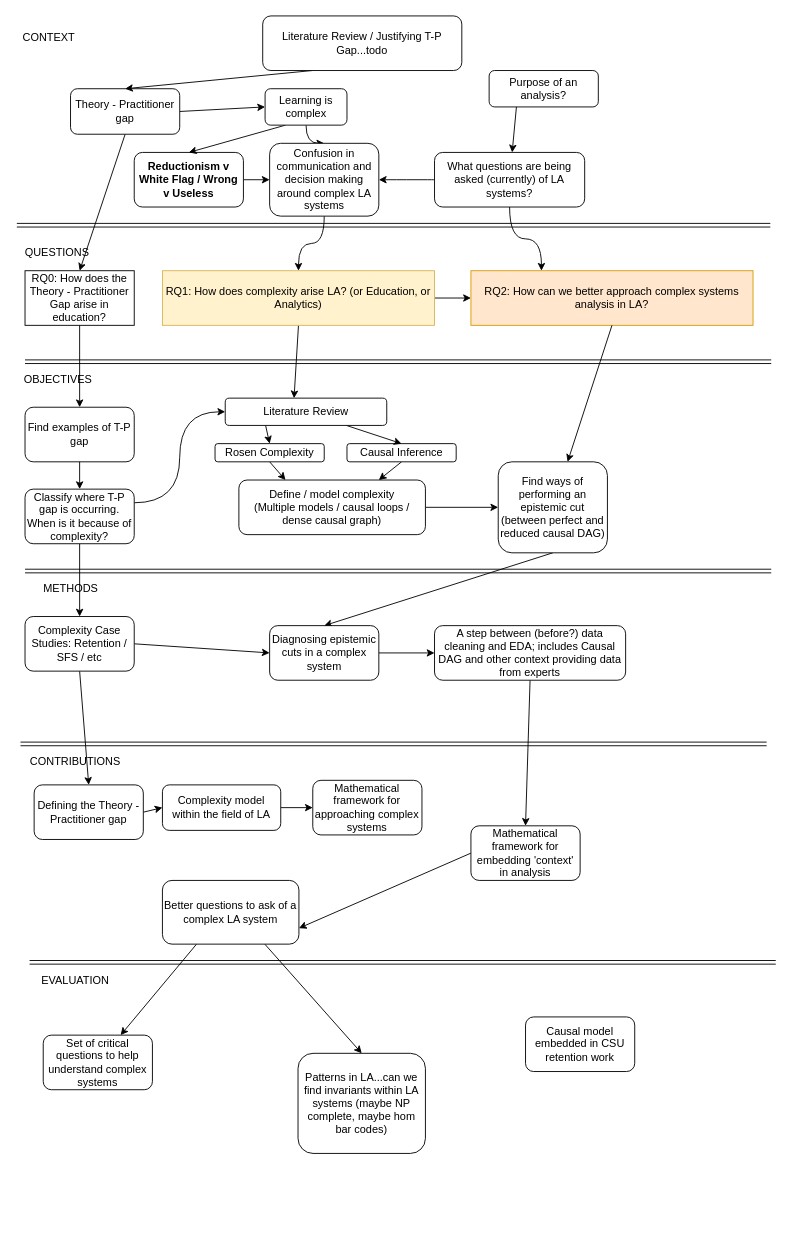
The draw.io diagram Thesis diagram 03.drawio in benwhicks/phd, before the edit. Source tidied: cells renumbered, new cells numbered last; positions are measured from the earlier drawing's top-left corner, leaving out a move shared by most shapes. Both pictures are drawn from the tidied source at 91%, with x=0, y=0 at pixel (15, 15).
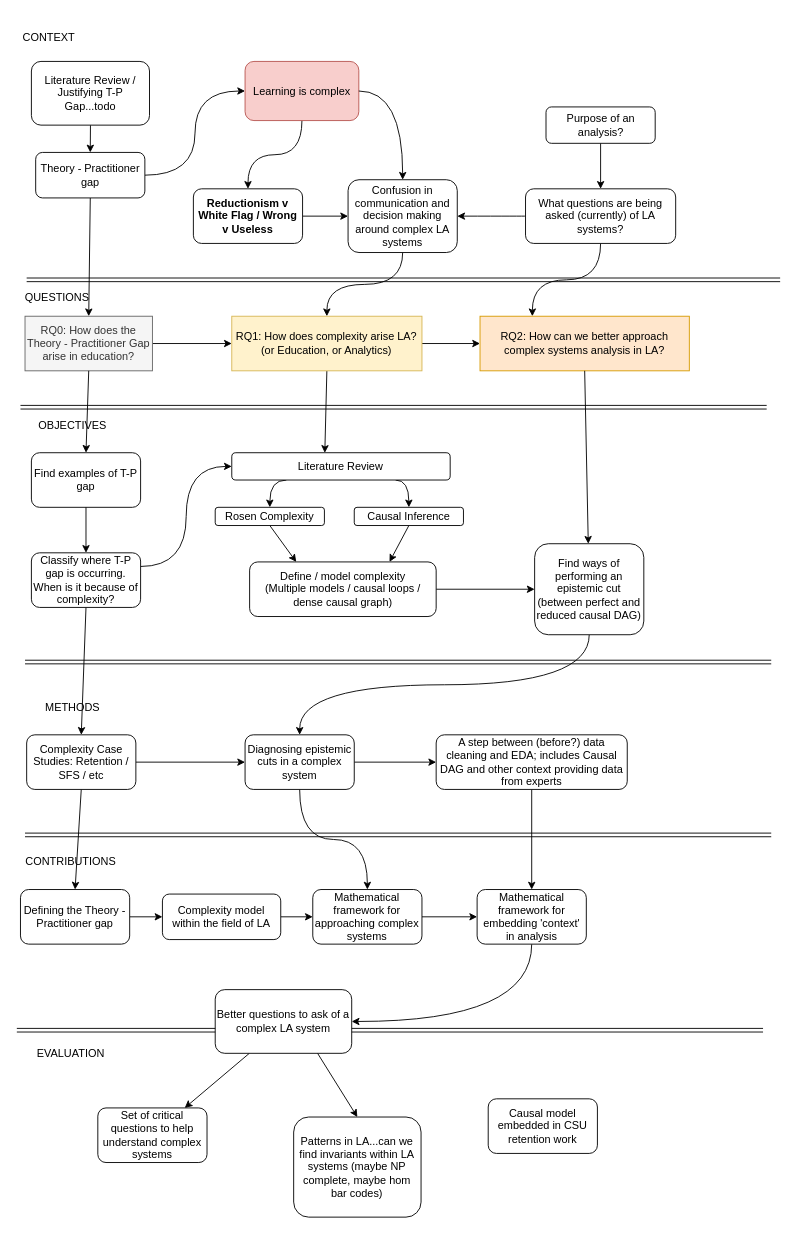
The same diagram, later.

What changed in the source:
```diff
@@
     <mxCell id="4" value="&lt;span&gt;RQ1: How does complexity arise LA? (or Education, or Analytics)&lt;/span&gt;" style="rounded=0;whiteSpace=wrap;html=1;fillColor=#fff2cc;strokeColor=#d6b656;" parent="1" vertex="1">
-      <mxGeometry x="161" y="280" width="299" height="60" as="geometry" />
+      <mxGeometry x="237.2" y="330" width="209" height="60" as="geometry" />
     </mxCell>
     <mxCell id="5" style="shape=link;html=1;" parent="1" edge="1">
       <mxGeometry relative="1" as="geometry">
-        <mxPoint x="10" y="380" as="sourcePoint" />
-        <mxPoint x="830" y="380" as="targetPoint" />
+        <mxPoint x="5" y="430" as="sourcePoint" />
+        <mxPoint x="825" y="430" as="targetPoint" />
       </mxGeometry>
     </mxCell>
     <mxCell id="6" style="shape=link;html=1;" parent="1" edge="1">
       <mxGeometry relative="1" as="geometry">
-        <mxPoint x="5" y="800" as="sourcePoint" />
-        <mxPoint x="825" y="800" as="targetPoint" />
+        <mxPoint x="10" y="900" as="sourcePoint" />
+        <mxPoint x="830" y="900" as="targetPoint" />
       </mxGeometry>
     </mxCell>
     <mxCell id="7" style="shape=link;html=1;" parent="1" edge="1">
       <mxGeometry relative="1" as="geometry">
-        <mxPoint x="1" y="230" as="sourcePoint" />
-        <mxPoint x="829" y="230" as="targetPoint" />
+        <mxPoint x="11.8" y="290" as="sourcePoint" />
+        <mxPoint x="839.8" y="290" as="targetPoint" />
       </mxGeometry>
     </mxCell>
@@
     <mxCell id="9" value="QUESTIONS" style="text;html=1;align=center;verticalAlign=middle;" parent="1" vertex="1">
-      <mxGeometry y="250" width="90" height="20" as="geometry" />
+      <mxGeometry y="300" width="90" height="20" as="geometry" />
     </mxCell>
     <mxCell id="10" value="CONTRIBUTIONS" style="text;html=1;align=center;verticalAlign=middle;" parent="1" vertex="1">
-      <mxGeometry x="10" y="810" width="110" height="20" as="geometry" />
+      <mxGeometry x="5" y="920" width="110" height="20" as="geometry" />
     </mxCell>
     <mxCell id="11" value="EVALUATION" style="text;html=1;align=center;verticalAlign=middle;" parent="1" vertex="1">
-      <mxGeometry x="20" y="1050" width="90" height="20" as="geometry" />
+      <mxGeometry x="15" y="1130" width="90" height="20" as="geometry" />
     </mxCell>
     <mxCell id="12" style="shape=link;html=1;" parent="1" edge="1">
       <mxGeometry relative="1" as="geometry">
-        <mxPoint x="15" y="1040" as="sourcePoint" />
-        <mxPoint x="835" y="1040" as="targetPoint" />
+        <mxPoint x="1" y="1114.6" as="sourcePoint" />
+        <mxPoint x="821" y="1114.6" as="targetPoint" />
       </mxGeometry>
     </mxCell>
@@
     <mxCell id="14" value="Complexity model within the field of LA" style="rounded=1;whiteSpace=wrap;html=1;" parent="1" vertex="1">
-      <mxGeometry x="161" y="845" width="130" height="50" as="geometry" />
+      <mxGeometry x="161" y="965" width="130" height="50" as="geometry" />
     </mxCell>
@@
     <mxCell id="16" value="Rosen Complexity" style="rounded=1;whiteSpace=wrap;html=1;" parent="1" vertex="1">
-      <mxGeometry x="218.8" y="470" width="120" height="20" as="geometry" />
+      <mxGeometry x="219" y="540" width="120" height="20" as="geometry" />
     </mxCell>
@@
     <mxCell id="18" value="Causal Inference" style="rounded=1;whiteSpace=wrap;html=1;" parent="1" vertex="1">
-      <mxGeometry x="363.8" y="470" width="120" height="20" as="geometry" />
+      <mxGeometry x="371.8" y="540" width="120" height="20" as="geometry" />
     </mxCell>
-    <mxCell id="19" style="rounded=0;jettySize=auto;html=1;exitX=1;exitY=0.5;exitDx=0;exitDy=0;entryX=0;entryY=0.5;entryDx=0;entryDy=0;" parent="1" edge="1" source="21" target="36">
+    <mxCell id="19" style="rounded=0;jettySize=auto;html=1;exitX=1;exitY=0.5;exitDx=0;exitDy=0;entryX=0;entryY=0.5;entryDx=0;entryDy=0;edgeStyle=orthogonalEdgeStyle;curved=1;" parent="1" edge="1" source="21" target="36">
       <mxGeometry relative="1" as="geometry" />
     </mxCell>
@@
     <mxCell id="21" value="Theory - Practitioner gap" style="rounded=1;whiteSpace=wrap;html=1;" parent="1" vertex="1">
-      <mxGeometry x="60" y="80" width="120" height="50" as="geometry" />
+      <mxGeometry x="21.7" y="150" width="120" height="50" as="geometry" />
     </mxCell>
@@
     <mxCell id="23" value="Reductionism v White Flag / Wrong v Useless" style="rounded=1;whiteSpace=wrap;html=1;fontStyle=1;" parent="1" vertex="1">
-      <mxGeometry x="130" y="150" width="120" height="60" as="geometry" />
+      <mxGeometry x="195" y="190" width="120" height="60" as="geometry" />
     </mxCell>
@@
     <mxCell id="26" value="Better questions to ask of a complex LA system" style="rounded=1;whiteSpace=wrap;html=1;" parent="1" vertex="1">
-      <mxGeometry x="161" y="950" width="150" height="70" as="geometry" />
+      <mxGeometry x="219" y="1070" width="150" height="70" as="geometry" />
     </mxCell>
@@
     <mxCell id="29" value="What questions are being asked (currently) of LA systems?" style="rounded=1;whiteSpace=wrap;html=1;" parent="1" vertex="1">
-      <mxGeometry x="460" y="150" width="165" height="60" as="geometry" />
+      <mxGeometry x="560" y="190" width="165" height="60" as="geometry" />
     </mxCell>
     <mxCell id="30" value="RQ2: How can we better approach complex systems analysis in LA?" style="rounded=0;whiteSpace=wrap;html=1;fillColor=#ffe6cc;strokeColor=#d79b00;" parent="1" vertex="1">
-      <mxGeometry x="500" y="280" width="310" height="60" as="geometry" />
+      <mxGeometry x="510" y="330" width="230" height="60" as="geometry" />
     </mxCell>
     <mxCell id="31" value="Set of critical questions to help understand complex systems" style="rounded=1;whiteSpace=wrap;html=1;" parent="1" vertex="1">
-      <mxGeometry x="30" y="1120" width="120" height="60" as="geometry" />
+      <mxGeometry x="90" y="1200" width="120" height="60" as="geometry" />
     </mxCell>
     <mxCell id="32" value="Patterns in LA...can we find invariants within LA systems (maybe NP complete, maybe hom bar codes)" style="rounded=1;whiteSpace=wrap;html=1;" parent="1" vertex="1">
-      <mxGeometry x="310" y="1140" width="140" height="110" as="geometry" />
+      <mxGeometry x="305.2" y="1210" width="140" height="110" as="geometry" />
     </mxCell>
     <mxCell id="33" value="OBJECTIVES" style="text;html=1;align=center;verticalAlign=middle;" parent="1" vertex="1">
-      <mxGeometry x="1" y="390" width="90" height="20" as="geometry" />
+      <mxGeometry x="16.8" y="440" width="90" height="20" as="geometry" />
     </mxCell>
-    <mxCell id="34" style="edgeStyle=orthogonalEdgeStyle;rounded=0;jettySize=auto;html=1;exitX=0.5;exitY=1;exitDx=0;exitDy=0;curved=1;" parent="1" edge="1" source="36" target="38">
-      <mxGeometry relative="1" as="geometry" />
-    </mxCell>
-    <mxCell id="35" style="rounded=0;jettySize=auto;html=1;exitX=0.25;exitY=1;exitDx=0;exitDy=0;entryX=0.5;entryY=0;entryDx=0;entryDy=0;" parent="1" edge="1" source="36" target="23">
+    <mxCell id="35" style="rounded=0;jettySize=auto;html=1;exitX=0.5;exitY=1;exitDx=0;exitDy=0;entryX=0.5;entryY=0;entryDx=0;entryDy=0;edgeStyle=orthogonalEdgeStyle;curved=1;" parent="1" edge="1" source="36" target="23">
       <mxGeometry relative="1" as="geometry" />
     </mxCell>
-    <mxCell id="36" value="Learning is complex" style="rounded=1;whiteSpace=wrap;html=1;" parent="1" vertex="1">
-      <mxGeometry x="273.8" y="80" width="90" height="40" as="geometry" />
+    <mxCell id="36" value="Learning is complex" style="rounded=1;whiteSpace=wrap;html=1;fillColor=#f8cecc;strokeColor=#b85450;" parent="1" vertex="1">
+      <mxGeometry x="251.8" y="50" width="125" height="65" as="geometry" />
     </mxCell>
@@
     <mxCell id="38" value="Confusion in communication and decision making around complex LA systems" style="rounded=1;whiteSpace=wrap;html=1;" parent="1" vertex="1">
-      <mxGeometry x="278.8" y="140" width="120" height="80" as="geometry" />
+      <mxGeometry x="365" y="180" width="120" height="80" as="geometry" />
     </mxCell>
@@
     <mxCell id="40" value="A step between (before?) data cleaning and EDA; includes Causal DAG and other context providing data from experts" style="rounded=1;whiteSpace=wrap;html=1;" parent="1" vertex="1">
-      <mxGeometry x="460" y="670" width="210" height="60" as="geometry" />
+      <mxGeometry x="461.8" y="790" width="210" height="60" as="geometry" />
     </mxCell>
-    <mxCell id="41" style="edgeStyle=none;rounded=0;jettySize=auto;html=1;exitX=0.5;exitY=1;exitDx=0;exitDy=0;entryX=0.5;entryY=0;entryDx=0;entryDy=0;" parent="1" edge="1" source="42" target="72">
+    <mxCell id="41" style="edgeStyle=orthogonalEdgeStyle;rounded=0;jettySize=auto;html=1;exitX=0.5;exitY=1;exitDx=0;exitDy=0;entryX=0.5;entryY=0;entryDx=0;entryDy=0;curved=1;" parent="1" edge="1" source="42" target="72">
       <mxGeometry relative="1" as="geometry" />
     </mxCell>
     <mxCell id="42" value="Find ways of performing an epistemic cut (between perfect and reduced causal DAG)" style="rounded=1;whiteSpace=wrap;html=1;" parent="1" vertex="1">
-      <mxGeometry x="530" y="490" width="120" height="100" as="geometry" />
+      <mxGeometry x="570" y="580" width="120" height="100" as="geometry" />
     </mxCell>
-    <mxCell id="43" style="rounded=0;jettySize=auto;html=1;exitX=0.25;exitY=1;exitDx=0;exitDy=0;entryX=0.5;entryY=0;entryDx=0;entryDy=0;" parent="1" edge="1" source="45" target="16">
+    <mxCell id="43" style="rounded=0;jettySize=auto;html=1;exitX=0.25;exitY=1;exitDx=0;exitDy=0;entryX=0.5;entryY=0;entryDx=0;entryDy=0;edgeStyle=orthogonalEdgeStyle;curved=1;" parent="1" edge="1" source="45" target="16">
       <mxGeometry relative="1" as="geometry" />
     </mxCell>
-    <mxCell id="44" style="rounded=0;jettySize=auto;html=1;exitX=0.75;exitY=1;exitDx=0;exitDy=0;entryX=0.5;entryY=0;entryDx=0;entryDy=0;" parent="1" edge="1" source="45" target="18">
+    <mxCell id="44" style="rounded=0;jettySize=auto;html=1;exitX=0.75;exitY=1;exitDx=0;exitDy=0;entryX=0.5;entryY=0;entryDx=0;entryDy=0;edgeStyle=orthogonalEdgeStyle;curved=1;" parent="1" edge="1" source="45" target="18">
       <mxGeometry relative="1" as="geometry" />
     </mxCell>
     <mxCell id="45" value="Literature Review" style="whiteSpace=wrap;html=1;rounded=1;glass=0;" parent="1" vertex="1">
-      <mxGeometry x="230" y="420" width="177.5" height="30" as="geometry" />
+      <mxGeometry x="237.2" y="480" width="240" height="30" as="geometry" />
     </mxCell>
@@
     <mxCell id="48" value="Complexity Case Studies: Retention / SFS / etc" style="whiteSpace=wrap;html=1;rounded=1;glass=0;" parent="1" vertex="1">
-      <mxGeometry x="10" y="660" width="120" height="60" as="geometry" />
+      <mxGeometry x="11.8" y="790" width="120" height="60" as="geometry" />
     </mxCell>
@@
     <mxCell id="50" value="Define / model complexity &lt;br&gt;(Multiple models / causal loops / dense causal graph)" style="rounded=1;whiteSpace=wrap;html=1;" parent="1" vertex="1">
-      <mxGeometry x="245" y="510" width="205" height="60" as="geometry" />
+      <mxGeometry x="256.8" y="600" width="205" height="60" as="geometry" />
     </mxCell>
@@
-    <mxCell id="52" style="edgeStyle=none;rounded=0;jettySize=auto;html=1;exitX=0;exitY=0.5;exitDx=0;exitDy=0;entryX=1;entryY=0.75;entryDx=0;entryDy=0;" parent="1" edge="1" source="53" target="26">
+    <mxCell id="52" style="edgeStyle=orthogonalEdgeStyle;rounded=0;jettySize=auto;html=1;exitX=0.5;exitY=1;exitDx=0;exitDy=0;entryX=1;entryY=0.5;entryDx=0;entryDy=0;curved=1;" parent="1" edge="1" source="53" target="26">
       <mxGeometry relative="1" as="geometry" />
     </mxCell>
     <mxCell id="53" value="Mathematical framework for embedding 'context' in analysis" style="whiteSpace=wrap;html=1;rounded=1;glass=0;" parent="1" vertex="1">
-      <mxGeometry x="500" y="890" width="120" height="60" as="geometry" />
+      <mxGeometry x="506.8" y="960" width="120" height="60" as="geometry" />
     </mxCell>
+    <mxCell id="73" style="edgeStyle=orthogonalEdgeStyle;rounded=0;jettySize=auto;html=1;exitX=1;exitY=0.5;exitDx=0;exitDy=0;entryX=0;entryY=0.5;entryDx=0;entryDy=0;" parent="1" edge="1" source="54" target="53">
+      <mxGeometry relative="1" as="geometry" />
+    </mxCell>
     <mxCell id="54" value="Mathematical framework for approaching complex systems" style="whiteSpace=wrap;html=1;rounded=1;glass=0;" parent="1" vertex="1">
-      <mxGeometry x="326.2" y="840" width="120" height="60" as="geometry" />
+      <mxGeometry x="326.2" y="960" width="120" height="60" as="geometry" />
     </mxCell>
     <mxCell id="55" value="Causal model embedded in CSU retention work" style="whiteSpace=wrap;html=1;rounded=1;glass=0;" parent="1" vertex="1">
-      <mxGeometry x="560" y="1100" width="120" height="60" as="geometry" />
+      <mxGeometry x="519" y="1190" width="120" height="60" as="geometry" />
     </mxCell>
+    <mxCell id="74" style="edgeStyle=orthogonalEdgeStyle;rounded=0;jettySize=auto;html=1;exitX=1;exitY=0.5;exitDx=0;exitDy=0;entryX=0;entryY=0.5;entryDx=0;entryDy=0;" parent="1" edge="1" source="56" target="4">
+      <mxGeometry relative="1" as="geometry" />
+    </mxCell>
-    <mxCell id="56" value="RQ0: How does the Theory - Practitioner Gap arise in education?" style="whiteSpace=wrap;html=1;" parent="1" vertex="1">
-      <mxGeometry x="10" y="280" width="120" height="60" as="geometry" />
+    <mxCell id="56" value="RQ0: How does the Theory - Practitioner Gap arise in education?" style="whiteSpace=wrap;html=1;fillColor=#f5f5f5;strokeColor=#666666;fontColor=#333333;" parent="1" vertex="1">
+      <mxGeometry x="10" y="330" width="140" height="60" as="geometry" />
     </mxCell>
@@
     <mxCell id="58" value="Defining the Theory - Practitioner gap" style="whiteSpace=wrap;html=1;rounded=1;" parent="1" vertex="1">
-      <mxGeometry x="20" y="845" width="120" height="60" as="geometry" />
+      <mxGeometry x="5" y="960" width="120" height="60" as="geometry" />
     </mxCell>
     <mxCell id="59" value="Find examples of T-P gap" style="whiteSpace=wrap;html=1;rounded=1;" parent="1" vertex="1">
-      <mxGeometry x="10" y="430" width="120" height="60" as="geometry" />
+      <mxGeometry x="17" y="480" width="120" height="60" as="geometry" />
     </mxCell>
@@
     <mxCell id="63" value="Classify where T-P gap is occurring. When is it because of complexity?" style="whiteSpace=wrap;html=1;rounded=1;" parent="1" vertex="1">
-      <mxGeometry x="10" y="520" width="120" height="60" as="geometry" />
+      <mxGeometry x="17" y="590" width="120" height="60" as="geometry" />
     </mxCell>
@@
-    <mxCell id="65" style="edgeStyle=none;rounded=0;jettySize=auto;html=1;exitX=0.25;exitY=1;exitDx=0;exitDy=0;entryX=0.5;entryY=0;entryDx=0;entryDy=0;" parent="1" edge="1" source="66" target="21">
+    <mxCell id="65" style="edgeStyle=none;rounded=0;jettySize=auto;html=1;exitX=0.5;exitY=1;exitDx=0;exitDy=0;entryX=0.5;entryY=0;entryDx=0;entryDy=0;" parent="1" edge="1" source="66" target="21">
       <mxGeometry relative="1" as="geometry" />
     </mxCell>
     <mxCell id="66" value="Literature Review / Justifying T-P Gap...todo" style="whiteSpace=wrap;html=1;rounded=1;" parent="1" vertex="1">
-      <mxGeometry x="271.2" width="218.8" height="60" as="geometry" />
+      <mxGeometry x="17" y="50" width="129.8" height="70" as="geometry" />
     </mxCell>
     <mxCell id="67" value="METHODS" style="text;html=1;align=center;verticalAlign=middle;" parent="1" vertex="1">
-      <mxGeometry x="20" y="620" width="80" height="20" as="geometry" />
+      <mxGeometry x="21.8" y="750" width="80" height="20" as="geometry" />
     </mxCell>
     <mxCell id="68" style="shape=link;html=1;" parent="1" edge="1">
       <mxGeometry relative="1" as="geometry">
-        <mxPoint x="10" y="610" as="sourcePoint" />
-        <mxPoint x="830" y="610" as="targetPoint" />
+        <mxPoint x="10" y="710" as="sourcePoint" />
+        <mxPoint x="830" y="710" as="targetPoint" />
       </mxGeometry>
     </mxCell>
-    <mxCell id="69" style="edgeStyle=none;rounded=0;jettySize=auto;html=1;exitX=0.25;exitY=1;exitDx=0;exitDy=0;" parent="1" edge="1" source="70" target="29">
+    <mxCell id="69" style="edgeStyle=none;rounded=0;jettySize=auto;html=1;exitX=0.5;exitY=1;exitDx=0;exitDy=0;" parent="1" edge="1" source="70" target="29">
       <mxGeometry relative="1" as="geometry" />
     </mxCell>
     <mxCell id="70" value="Purpose of an analysis?" style="whiteSpace=wrap;html=1;rounded=1;" parent="1" vertex="1">
-      <mxGeometry x="520" y="60" width="120" height="40" as="geometry" />
+      <mxGeometry x="582.5" y="100" width="120" height="40" as="geometry" />
     </mxCell>
@@
+    <mxCell id="75" style="edgeStyle=orthogonalEdgeStyle;rounded=0;jettySize=auto;html=1;exitX=0.5;exitY=1;exitDx=0;exitDy=0;entryX=0.5;entryY=0;entryDx=0;entryDy=0;curved=1;" parent="1" edge="1" source="72" target="54">
+      <mxGeometry relative="1" as="geometry" />
+    </mxCell>
     <mxCell id="72" value="Diagnosing epistemic cuts in a complex system" style="whiteSpace=wrap;html=1;rounded=1;" parent="1" vertex="1">
-      <mxGeometry x="278.8" y="670" width="120" height="60" as="geometry" />
+      <mxGeometry x="251.8" y="790" width="120" height="60" as="geometry" />
     </mxCell>
+    <mxCell id="34" style="rounded=0;jettySize=auto;html=1;exitX=1;exitY=0.5;exitDx=0;exitDy=0;entryX=0.5;entryY=0;entryDx=0;entryDy=0;edgeStyle=orthogonalEdgeStyle;curved=1;" parent="1" edge="1" source="36" target="38">
+      <mxGeometry relative="1" as="geometry" />
+    </mxCell>
```
